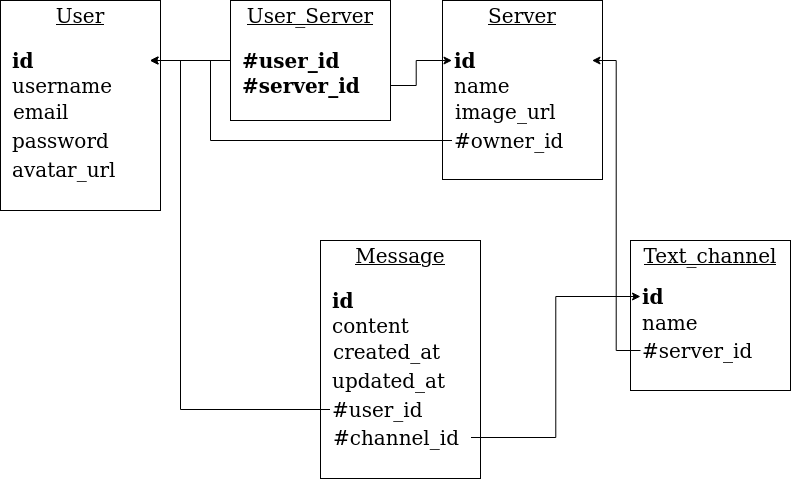
This is api/conception/database-uml.png from ClementDreptin/OpenDiscard, a draw.io export, as it was before one commit. Source tidied: cells renumbered, new cells last; positions are measured from the earlier drawing's top-left corner, leaving out a move shared by most shapes.
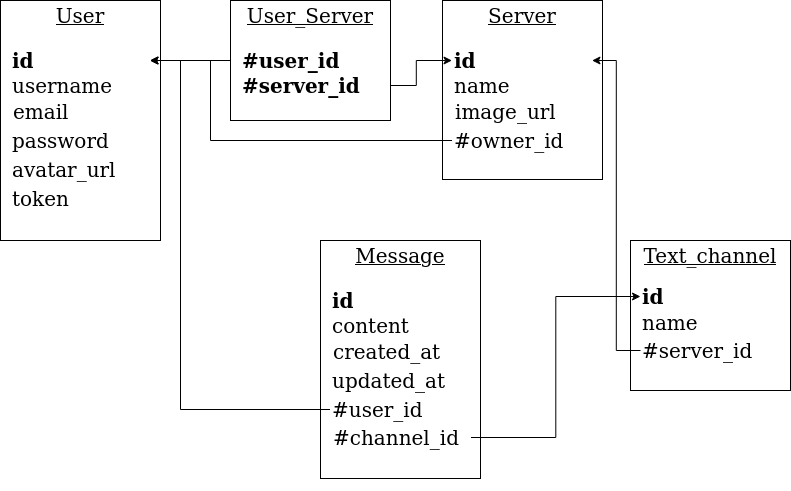
After the change.

Commit message:
Added token column to User

Diff of the diagram source:
```diff
@@ -6,10 +6,10 @@
       <mxGeometry width="160" height="250" as="geometry" />
     </mxCell>
     <mxCell id="3" style="group;" parent="2" vertex="1">
-      <mxGeometry width="160" height="210" as="geometry" />
+      <mxGeometry width="160" height="240" as="geometry" />
     </mxCell>
     <mxCell id="4" style="rounded=0;whiteSpace=wrap;html=1;fontSize=20;align=left;" parent="3" vertex="1">
-      <mxGeometry width="160" height="210" as="geometry" />
+      <mxGeometry width="160" height="240" as="geometry" />
     </mxCell>
     <mxCell id="5" value="User" style="text;html=1;strokeColor=none;fillColor=none;align=center;verticalAlign=middle;whiteSpace=wrap;rounded=0;fontSize=20;fontStyle=4;" parent="3" vertex="1">
       <mxGeometry width="160" height="30" as="geometry" />
@@ -29,6 +29,9 @@
     <mxCell id="10" value="avatar_url" style="text;html=1;strokeColor=none;fillColor=none;align=left;verticalAlign=middle;whiteSpace=wrap;rounded=0;fontSize=20;fontStyle=0;" parent="3" vertex="1">
       <mxGeometry x="9.5" y="159" width="140" height="20" as="geometry" />
     </mxCell>
+    <mxCell id="49" value="token" style="text;html=1;strokeColor=none;fillColor=none;align=left;verticalAlign=middle;whiteSpace=wrap;rounded=0;fontSize=20;fontStyle=0;" parent="3" vertex="1">
+      <mxGeometry x="9.5" y="188" width="140" height="20" as="geometry" />
+    </mxCell>
     <mxCell id="11" style="group;" parent="1" vertex="1">
       <mxGeometry x="630" y="240" width="160" height="250" as="geometry" />
     </mxCell>
```
